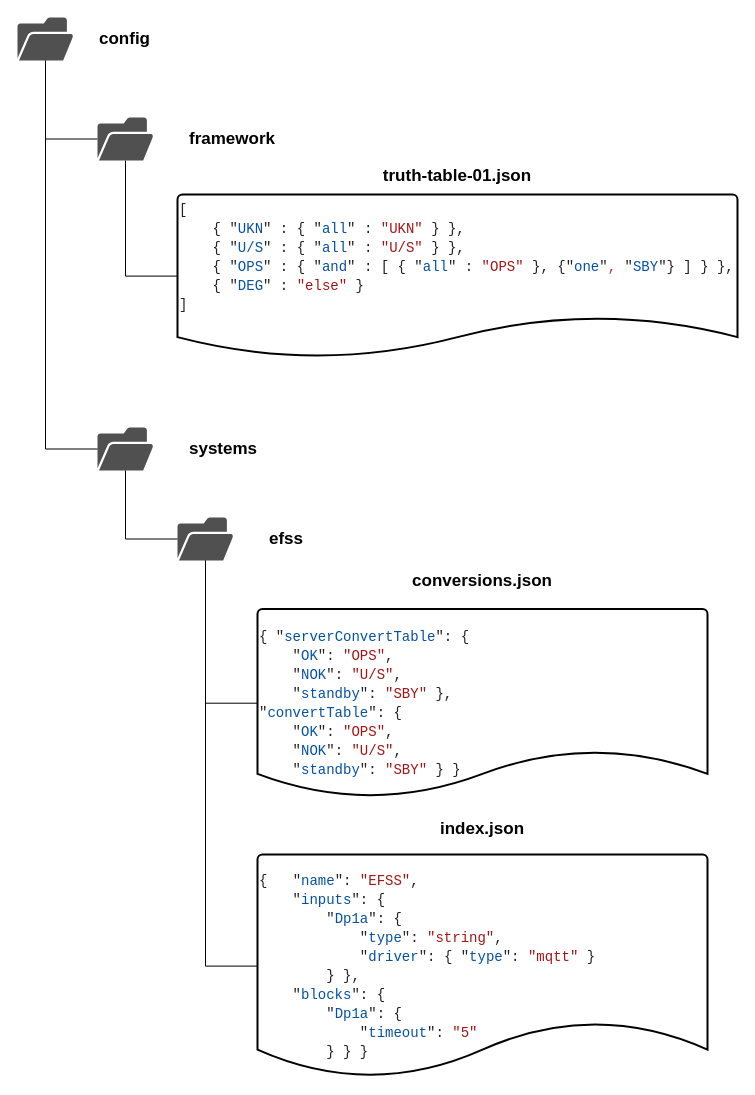
Before: JsonFolder.drawio in YannCaron/SkyguideDiagrams, a draw.io diagram. Source tidied: cells renumbered, new cells numbered last; positions are measured from the earlier drawing's top-left corner, leaving out a move shared by most shapes. Both pictures are drawn from the tidied source at 100%, with x=0, y=0 at pixel (17, 17).
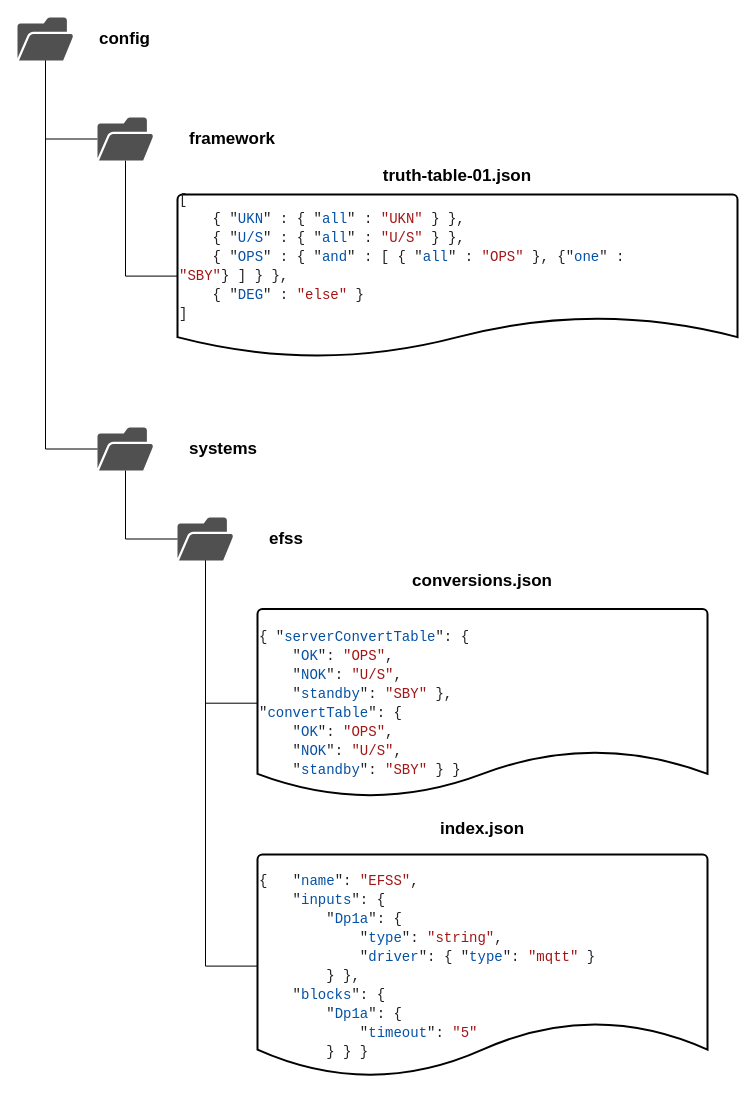
The same diagram, later.

Unchanged cells that the change refers to:
```xml
<mxCell id="10" style="group;" parent="1" vertex="1">
  <mxGeometry x="160" y="150" width="560" height="190" as="geometry" />
</mxCell>
```

Change to the diagram source:
```diff
@@
-    <mxCell id="11" value="&lt;div style=&quot;color: rgb(0 , 0 , 0) ; font-family: &amp;#34;consolas&amp;#34; , &amp;#34;courier new&amp;#34; , monospace ; font-weight: normal ; font-size: 14px ; line-height: 19px&quot;&gt;&lt;div&gt;&lt;span style=&quot;background-color: transparent&quot;&gt;&lt;span style=&quot;color: #222222&quot;&gt;[&lt;/span&gt;&lt;/span&gt;&lt;/div&gt;&lt;div&gt;&lt;span style=&quot;background-color: transparent&quot;&gt;&lt;span style=&quot;color: #000000&quot;&gt;&amp;nbsp;&amp;nbsp;&amp;nbsp;&amp;nbsp;&lt;/span&gt;&lt;span style=&quot;color: #222222&quot;&gt;{&lt;/span&gt;&lt;span style=&quot;color: #000000&quot;&gt;&amp;nbsp;&lt;/span&gt;&lt;span style=&quot;color: #222222&quot;&gt;&quot;&lt;/span&gt;&lt;span style=&quot;color: #0451a5&quot;&gt;UKN&lt;/span&gt;&lt;span style=&quot;color: #222222&quot;&gt;&quot;&lt;/span&gt;&lt;span style=&quot;color: #000000&quot;&gt;&amp;nbsp;&lt;/span&gt;&lt;span style=&quot;color: #222222&quot;&gt;:&lt;/span&gt;&lt;span style=&quot;color: #000000&quot;&gt;&amp;nbsp;&lt;/span&gt;&lt;span style=&quot;color: #222222&quot;&gt;{&lt;/span&gt;&lt;span style=&quot;color: #000000&quot;&gt;&amp;nbsp;&lt;/span&gt;&lt;span style=&quot;color: #222222&quot;&gt;&quot;&lt;/span&gt;&lt;span style=&quot;color: #0451a5&quot;&gt;all&lt;/span&gt;&lt;span style=&quot;color: #222222&quot;&gt;&quot;&lt;/span&gt;&lt;span style=&quot;color: #000000&quot;&gt;&amp;nbsp;&lt;/span&gt;&lt;span style=&quot;color: #222222&quot;&gt;:&lt;/span&gt;&lt;span style=&quot;color: #000000&quot;&gt;&amp;nbsp;&lt;/span&gt;&lt;span style=&quot;color: #a31515&quot;&gt;&quot;UKN&quot;&lt;/span&gt;&lt;span style=&quot;color: #000000&quot;&gt;&amp;nbsp;&lt;/span&gt;&lt;span style=&quot;color: #222222&quot;&gt;}&lt;/span&gt;&lt;span style=&quot;color: #000000&quot;&gt;&amp;nbsp;&lt;/span&gt;&lt;span style=&quot;color: #222222&quot;&gt;},&lt;/span&gt;&lt;/span&gt;&lt;/div&gt;&lt;div&gt;&lt;span style=&quot;background-color: transparent&quot;&gt;&lt;span style=&quot;color: #000000&quot;&gt;&amp;nbsp;&amp;nbsp;&amp;nbsp;&amp;nbsp;&lt;/span&gt;&lt;span style=&quot;color: #222222&quot;&gt;{&lt;/span&gt;&lt;span style=&quot;color: #000000&quot;&gt;&amp;nbsp;&lt;/span&gt;&lt;span style=&quot;color: #222222&quot;&gt;&quot;&lt;/span&gt;&lt;span style=&quot;color: #0451a5&quot;&gt;U/S&lt;/span&gt;&lt;span style=&quot;color: #222222&quot;&gt;&quot;&lt;/span&gt;&lt;span style=&quot;color: #000000&quot;&gt;&amp;nbsp;&lt;/span&gt;&lt;span style=&quot;color: #222222&quot;&gt;:&lt;/span&gt;&lt;span style=&quot;color: #000000&quot;&gt;&amp;nbsp;&lt;/span&gt;&lt;span style=&quot;color: #222222&quot;&gt;{&lt;/span&gt;&lt;span style=&quot;color: #000000&quot;&gt;&amp;nbsp;&lt;/span&gt;&lt;span style=&quot;color: #222222&quot;&gt;&quot;&lt;/span&gt;&lt;span style=&quot;color: #0451a5&quot;&gt;all&lt;/span&gt;&lt;span style=&quot;color: #222222&quot;&gt;&quot;&lt;/span&gt;&lt;span style=&quot;color: #000000&quot;&gt;&amp;nbsp;&lt;/span&gt;&lt;span style=&quot;color: #222222&quot;&gt;:&lt;/span&gt;&lt;span style=&quot;color: #000000&quot;&gt;&amp;nbsp;&lt;/span&gt;&lt;span style=&quot;color: #a31515&quot;&gt;&quot;U/S&quot;&lt;/span&gt;&lt;span style=&quot;color: #000000&quot;&gt;&amp;nbsp;&lt;/span&gt;&lt;span style=&quot;color: #222222&quot;&gt;}&lt;/span&gt;&lt;span style=&quot;color: #000000&quot;&gt;&amp;nbsp;&lt;/span&gt;&lt;span style=&quot;color: #222222&quot;&gt;},&lt;/span&gt;&lt;/span&gt;&lt;/div&gt;&lt;div&gt;&lt;span style=&quot;background-color: transparent&quot;&gt;&lt;span style=&quot;color: #000000&quot;&gt;&amp;nbsp;&amp;nbsp;&amp;nbsp;&amp;nbsp;&lt;/span&gt;&lt;span style=&quot;color: #222222&quot;&gt;{&lt;/span&gt;&lt;span style=&quot;color: #000000&quot;&gt;&amp;nbsp;&lt;/span&gt;&lt;span style=&quot;color: #222222&quot;&gt;&quot;&lt;/span&gt;&lt;span style=&quot;color: #0451a5&quot;&gt;OPS&lt;/span&gt;&lt;span style=&quot;color: #222222&quot;&gt;&quot;&lt;/span&gt;&lt;span style=&quot;color: #000000&quot;&gt;&amp;nbsp;&lt;/span&gt;&lt;span style=&quot;color: #222222&quot;&gt;:&lt;/span&gt;&lt;span style=&quot;color: #000000&quot;&gt;&amp;nbsp;&lt;/span&gt;&lt;span style=&quot;color: #222222&quot;&gt;{&lt;/span&gt;&lt;span style=&quot;color: #000000&quot;&gt;&amp;nbsp;&lt;/span&gt;&lt;span style=&quot;color: #222222&quot;&gt;&quot;&lt;/span&gt;&lt;span style=&quot;color: #0451a5&quot;&gt;and&lt;/span&gt;&lt;span style=&quot;color: #222222&quot;&gt;&quot;&lt;/span&gt;&lt;span style=&quot;color: #000000&quot;&gt;&amp;nbsp;&lt;/span&gt;&lt;span style=&quot;color: #222222&quot;&gt;:&lt;/span&gt;&lt;span style=&quot;color: #000000&quot;&gt;&amp;nbsp;&lt;/span&gt;&lt;span style=&quot;color: #222222&quot;&gt;[&lt;/span&gt;&lt;span style=&quot;color: #000000&quot;&gt;&amp;nbsp;&lt;/span&gt;&lt;span style=&quot;color: #222222&quot;&gt;{&lt;/span&gt;&lt;span style=&quot;color: #000000&quot;&gt;&amp;nbsp;&lt;/span&gt;&lt;span style=&quot;color: #222222&quot;&gt;&quot;&lt;/span&gt;&lt;span style=&quot;color: #0451a5&quot;&gt;all&lt;/span&gt;&lt;span style=&quot;color: #222222&quot;&gt;&quot;&lt;/span&gt;&lt;span style=&quot;color: #000000&quot;&gt;&amp;nbsp;&lt;/span&gt;&lt;span style=&quot;color: #222222&quot;&gt;:&lt;/span&gt;&lt;span style=&quot;color: #000000&quot;&gt;&amp;nbsp;&lt;/span&gt;&lt;span style=&quot;color: #a31515&quot;&gt;&quot;OPS&quot;&lt;/span&gt;&lt;span style=&quot;color: #000000&quot;&gt;&amp;nbsp;&lt;/span&gt;&lt;span style=&quot;color: #222222&quot;&gt;},&lt;/span&gt;&lt;span style=&quot;color: #000000&quot;&gt;&amp;nbsp;&lt;/span&gt;&lt;span style=&quot;color: #222222&quot;&gt;{&lt;/span&gt;&lt;span style=&quot;color: #222222&quot;&gt;&quot;&lt;/span&gt;&lt;span style=&quot;color: #0451a5&quot;&gt;one&lt;/span&gt;&lt;span style=&quot;color: #222222&quot;&gt;&quot;&lt;/span&gt;&lt;span style=&quot;color: #cd3131&quot;&gt;,&lt;/span&gt;&lt;span style=&quot;color: #000000&quot;&gt;&amp;nbsp;&lt;/span&gt;&lt;span style=&quot;color: #222222&quot;&gt;&quot;&lt;/span&gt;&lt;span style=&quot;color: #0451a5&quot;&gt;SBY&lt;/span&gt;&lt;span style=&quot;color: #222222&quot;&gt;&quot;&lt;/span&gt;&lt;span style=&quot;color: #222222&quot;&gt;}&lt;/span&gt;&lt;span style=&quot;color: #000000&quot;&gt;&amp;nbsp;&lt;/span&gt;&lt;span style=&quot;color: #222222&quot;&gt;]&lt;/span&gt;&lt;span style=&quot;color: #000000&quot;&gt;&amp;nbsp;&lt;/span&gt;&lt;span style=&quot;color: #222222&quot;&gt;}&lt;/span&gt;&lt;span style=&quot;color: #000000&quot;&gt;&amp;nbsp;&lt;/span&gt;&lt;span style=&quot;color: #222222&quot;&gt;},&lt;/span&gt;&lt;/span&gt;&lt;/div&gt;&lt;div&gt;&lt;span style=&quot;background-color: transparent&quot;&gt;&lt;span style=&quot;color: #000000&quot;&gt;&amp;nbsp;&amp;nbsp;&amp;nbsp;&amp;nbsp;&lt;/span&gt;&lt;span style=&quot;color: #222222&quot;&gt;{&lt;/span&gt;&lt;span style=&quot;color: #000000&quot;&gt;&amp;nbsp;&lt;/span&gt;&lt;span style=&quot;color: #222222&quot;&gt;&quot;&lt;/span&gt;&lt;span style=&quot;color: #0451a5&quot;&gt;DEG&lt;/span&gt;&lt;span style=&quot;color: #222222&quot;&gt;&quot;&lt;/span&gt;&lt;span style=&quot;color: #000000&quot;&gt;&amp;nbsp;&lt;/span&gt;&lt;span style=&quot;color: #222222&quot;&gt;:&lt;/span&gt;&lt;span style=&quot;color: #000000&quot;&gt;&amp;nbsp;&lt;/span&gt;&lt;span style=&quot;color: #a31515&quot;&gt;&quot;else&quot;&lt;/span&gt;&lt;span style=&quot;color: #000000&quot;&gt;&amp;nbsp;&lt;/span&gt;&lt;span style=&quot;color: #222222&quot;&gt;}&lt;/span&gt;&lt;/span&gt;&lt;/div&gt;&lt;div&gt;&lt;span style=&quot;background-color: transparent&quot;&gt;&lt;span style=&quot;color: #222222&quot;&gt;]&lt;/span&gt;&lt;/span&gt;&lt;/div&gt;&lt;span style=&quot;background-color: transparent&quot;&gt;&lt;br&gt;&lt;br&gt;&lt;/span&gt;&lt;/div&gt;" style="strokeWidth=2;html=1;shape=mxgraph.flowchart.document2;whiteSpace=wrap;size=0.25;align=left;" parent="10" vertex="1">
+    <mxCell id="11" value="&lt;div style=&quot;color: rgb(0 , 0 , 0) ; font-family: &amp;#34;consolas&amp;#34; , &amp;#34;courier new&amp;#34; , monospace ; font-weight: normal ; font-size: 14px ; line-height: 19px&quot;&gt;&lt;div&gt;&lt;span style=&quot;background-color: transparent&quot;&gt;&lt;span style=&quot;color: #222222&quot;&gt;[&lt;/span&gt;&lt;/span&gt;&lt;/div&gt;&lt;div&gt;&lt;span style=&quot;background-color: transparent&quot;&gt;&lt;span style=&quot;color: #000000&quot;&gt;&amp;nbsp;&amp;nbsp;&amp;nbsp;&amp;nbsp;&lt;/span&gt;&lt;span style=&quot;color: #222222&quot;&gt;{&lt;/span&gt;&lt;span style=&quot;color: #000000&quot;&gt;&amp;nbsp;&lt;/span&gt;&lt;span style=&quot;color: #222222&quot;&gt;&quot;&lt;/span&gt;&lt;span style=&quot;color: #0451a5&quot;&gt;UKN&lt;/span&gt;&lt;span style=&quot;color: #222222&quot;&gt;&quot;&lt;/span&gt;&lt;span style=&quot;color: #000000&quot;&gt;&amp;nbsp;&lt;/span&gt;&lt;span style=&quot;color: #222222&quot;&gt;:&lt;/span&gt;&lt;span style=&quot;color: #000000&quot;&gt;&amp;nbsp;&lt;/span&gt;&lt;span style=&quot;color: #222222&quot;&gt;{&lt;/span&gt;&lt;span style=&quot;color: #000000&quot;&gt;&amp;nbsp;&lt;/span&gt;&lt;span style=&quot;color: #222222&quot;&gt;&quot;&lt;/span&gt;&lt;span style=&quot;color: #0451a5&quot;&gt;all&lt;/span&gt;&lt;span style=&quot;color: #222222&quot;&gt;&quot;&lt;/span&gt;&lt;span style=&quot;color: #000000&quot;&gt;&amp;nbsp;&lt;/span&gt;&lt;span style=&quot;color: #222222&quot;&gt;:&lt;/span&gt;&lt;span style=&quot;color: #000000&quot;&gt;&amp;nbsp;&lt;/span&gt;&lt;span style=&quot;color: #a31515&quot;&gt;&quot;UKN&quot;&lt;/span&gt;&lt;span style=&quot;color: #000000&quot;&gt;&amp;nbsp;&lt;/span&gt;&lt;span style=&quot;color: #222222&quot;&gt;}&lt;/span&gt;&lt;span style=&quot;color: #000000&quot;&gt;&amp;nbsp;&lt;/span&gt;&lt;span style=&quot;color: #222222&quot;&gt;},&lt;/span&gt;&lt;/span&gt;&lt;/div&gt;&lt;div&gt;&lt;span style=&quot;background-color: transparent&quot;&gt;&lt;span style=&quot;color: #000000&quot;&gt;&amp;nbsp;&amp;nbsp;&amp;nbsp;&amp;nbsp;&lt;/span&gt;&lt;span style=&quot;color: #222222&quot;&gt;{&lt;/span&gt;&lt;span style=&quot;color: #000000&quot;&gt;&amp;nbsp;&lt;/span&gt;&lt;span style=&quot;color: #222222&quot;&gt;&quot;&lt;/span&gt;&lt;span style=&quot;color: #0451a5&quot;&gt;U/S&lt;/span&gt;&lt;span style=&quot;color: #222222&quot;&gt;&quot;&lt;/span&gt;&lt;span style=&quot;color: #000000&quot;&gt;&amp;nbsp;&lt;/span&gt;&lt;span style=&quot;color: #222222&quot;&gt;:&lt;/span&gt;&lt;span style=&quot;color: #000000&quot;&gt;&amp;nbsp;&lt;/span&gt;&lt;span style=&quot;color: #222222&quot;&gt;{&lt;/span&gt;&lt;span style=&quot;color: #000000&quot;&gt;&amp;nbsp;&lt;/span&gt;&lt;span style=&quot;color: #222222&quot;&gt;&quot;&lt;/span&gt;&lt;span style=&quot;color: #0451a5&quot;&gt;all&lt;/span&gt;&lt;span style=&quot;color: #222222&quot;&gt;&quot;&lt;/span&gt;&lt;span style=&quot;color: #000000&quot;&gt;&amp;nbsp;&lt;/span&gt;&lt;span style=&quot;color: #222222&quot;&gt;:&lt;/span&gt;&lt;span style=&quot;color: #000000&quot;&gt;&amp;nbsp;&lt;/span&gt;&lt;span style=&quot;color: #a31515&quot;&gt;&quot;U/S&quot;&lt;/span&gt;&lt;span style=&quot;color: #000000&quot;&gt;&amp;nbsp;&lt;/span&gt;&lt;span style=&quot;color: #222222&quot;&gt;}&lt;/span&gt;&lt;span style=&quot;color: #000000&quot;&gt;&amp;nbsp;&lt;/span&gt;&lt;span style=&quot;color: #222222&quot;&gt;},&lt;/span&gt;&lt;/span&gt;&lt;/div&gt;&lt;div&gt;&lt;span style=&quot;background-color: transparent&quot;&gt;&lt;span style=&quot;color: #000000&quot;&gt;&amp;nbsp;&amp;nbsp;&amp;nbsp;&amp;nbsp;&lt;/span&gt;&lt;span style=&quot;color: #222222&quot;&gt;{&lt;/span&gt;&lt;span style=&quot;color: #000000&quot;&gt;&amp;nbsp;&lt;/span&gt;&lt;span style=&quot;color: #222222&quot;&gt;&quot;&lt;/span&gt;&lt;span style=&quot;color: #0451a5&quot;&gt;OPS&lt;/span&gt;&lt;span style=&quot;color: #222222&quot;&gt;&quot;&lt;/span&gt;&lt;span style=&quot;color: #000000&quot;&gt;&amp;nbsp;&lt;/span&gt;&lt;span style=&quot;color: #222222&quot;&gt;:&lt;/span&gt;&lt;span style=&quot;color: #000000&quot;&gt;&amp;nbsp;&lt;/span&gt;&lt;span style=&quot;color: #222222&quot;&gt;{&lt;/span&gt;&lt;span style=&quot;color: #000000&quot;&gt;&amp;nbsp;&lt;/span&gt;&lt;span style=&quot;color: #222222&quot;&gt;&quot;&lt;/span&gt;&lt;span style=&quot;color: #0451a5&quot;&gt;and&lt;/span&gt;&lt;span style=&quot;color: #222222&quot;&gt;&quot;&lt;/span&gt;&lt;span style=&quot;color: #000000&quot;&gt;&amp;nbsp;&lt;/span&gt;&lt;span style=&quot;color: #222222&quot;&gt;:&lt;/span&gt;&lt;span style=&quot;color: #000000&quot;&gt;&amp;nbsp;&lt;/span&gt;&lt;span style=&quot;color: #222222&quot;&gt;[&lt;/span&gt;&lt;span style=&quot;color: #000000&quot;&gt;&amp;nbsp;&lt;/span&gt;&lt;span style=&quot;color: #222222&quot;&gt;{&lt;/span&gt;&lt;span style=&quot;color: #000000&quot;&gt;&amp;nbsp;&lt;/span&gt;&lt;span style=&quot;color: #222222&quot;&gt;&quot;&lt;/span&gt;&lt;span style=&quot;color: #0451a5&quot;&gt;all&lt;/span&gt;&lt;span style=&quot;color: #222222&quot;&gt;&quot;&lt;/span&gt;&lt;span style=&quot;color: #000000&quot;&gt;&amp;nbsp;&lt;/span&gt;&lt;span style=&quot;color: #222222&quot;&gt;:&lt;/span&gt;&lt;span style=&quot;color: #000000&quot;&gt;&amp;nbsp;&lt;/span&gt;&lt;span style=&quot;color: #a31515&quot;&gt;&quot;OPS&quot;&lt;/span&gt;&lt;span style=&quot;color: #000000&quot;&gt;&amp;nbsp;&lt;/span&gt;&lt;span style=&quot;color: #222222&quot;&gt;},&lt;/span&gt;&lt;span style=&quot;color: #000000&quot;&gt;&amp;nbsp;&lt;/span&gt;&lt;span style=&quot;color: #222222&quot;&gt;{&lt;/span&gt;&lt;span style=&quot;color: #222222&quot;&gt;&quot;&lt;/span&gt;&lt;span style=&quot;color: #0451a5&quot;&gt;one&lt;/span&gt;&lt;span style=&quot;color: #222222&quot;&gt;&quot;&lt;/span&gt;&lt;span style=&quot;color: #cd3131&quot;&gt; &lt;/span&gt;&lt;/span&gt;&lt;span style=&quot;background-color: transparent&quot;&gt;&lt;span style=&quot;color: #cd3131&quot;&gt;&lt;span style=&quot;background-color: transparent&quot;&gt;&lt;span style=&quot;color: #222222&quot;&gt;:&lt;/span&gt;&lt;/span&gt;&lt;/span&gt;&lt;span style=&quot;color: #000000&quot;&gt;&lt;/span&gt;&lt;/span&gt;&lt;span style=&quot;color: #a31515&quot;&gt; &quot;SBY&quot;&lt;/span&gt;&lt;span style=&quot;background-color: transparent&quot;&gt;&lt;/span&gt;&lt;span style=&quot;background-color: transparent&quot;&gt;&lt;/span&gt;&lt;span style=&quot;background-color: transparent&quot;&gt;&lt;span style=&quot;color: #222222&quot;&gt;&lt;/span&gt;&lt;span style=&quot;color: #222222&quot;&gt;}&lt;/span&gt;&lt;span style=&quot;color: #000000&quot;&gt;&amp;nbsp;&lt;/span&gt;&lt;span style=&quot;color: #222222&quot;&gt;]&lt;/span&gt;&lt;span style=&quot;color: #000000&quot;&gt;&amp;nbsp;&lt;/span&gt;&lt;span style=&quot;color: #222222&quot;&gt;}&lt;/span&gt;&lt;span style=&quot;color: #000000&quot;&gt;&amp;nbsp;&lt;/span&gt;&lt;span style=&quot;color: #222222&quot;&gt;},&lt;/span&gt;&lt;/span&gt;&lt;/div&gt;&lt;div&gt;&lt;span style=&quot;background-color: transparent&quot;&gt;&lt;span style=&quot;color: #000000&quot;&gt;&amp;nbsp;&amp;nbsp;&amp;nbsp;&amp;nbsp;&lt;/span&gt;&lt;span style=&quot;color: #222222&quot;&gt;{&lt;/span&gt;&lt;span style=&quot;color: #000000&quot;&gt;&amp;nbsp;&lt;/span&gt;&lt;span style=&quot;color: #222222&quot;&gt;&quot;&lt;/span&gt;&lt;span style=&quot;color: #0451a5&quot;&gt;DEG&lt;/span&gt;&lt;span style=&quot;color: #222222&quot;&gt;&quot;&lt;/span&gt;&lt;span style=&quot;color: #000000&quot;&gt;&amp;nbsp;&lt;/span&gt;&lt;span style=&quot;color: #222222&quot;&gt;:&lt;/span&gt;&lt;span style=&quot;color: #000000&quot;&gt;&amp;nbsp;&lt;/span&gt;&lt;span style=&quot;color: #a31515&quot;&gt;&quot;else&quot;&lt;/span&gt;&lt;span style=&quot;color: #000000&quot;&gt;&amp;nbsp;&lt;/span&gt;&lt;span style=&quot;color: #222222&quot;&gt;}&lt;/span&gt;&lt;/span&gt;&lt;/div&gt;&lt;div&gt;&lt;span style=&quot;background-color: transparent&quot;&gt;&lt;span style=&quot;color: #222222&quot;&gt;]&lt;/span&gt;&lt;/span&gt;&lt;/div&gt;&lt;span style=&quot;background-color: transparent&quot;&gt;&lt;br&gt;&lt;br&gt;&lt;/span&gt;&lt;/div&gt;" style="strokeWidth=2;html=1;shape=mxgraph.flowchart.document2;whiteSpace=wrap;size=0.25;align=left;" parent="10" vertex="1">
       <mxGeometry y="27.1" width="560" height="162.9" as="geometry" />
     </mxCell>
```
